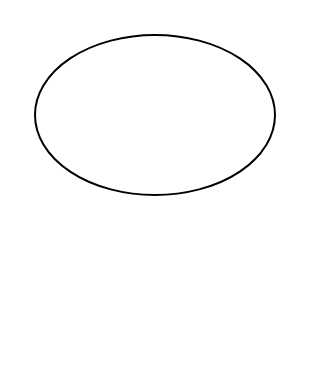
Before: DatabasesERDdiagram.drawio in tnb1604/DatabasesProject, a draw.io diagram. Source tidied: cells renumbered, new cells numbered last; positions are measured from the earlier drawing's top-left corner, leaving out a move shared by most shapes. Both pictures are drawn from the tidied source at 200%, with x=0, y=0 at pixel (34, 34).
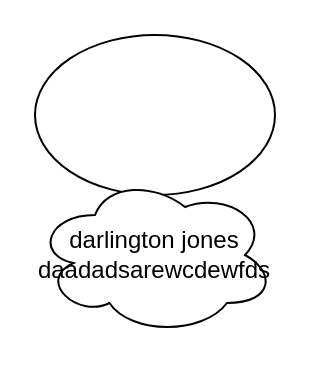
Above is the later version.

Change to the diagram source:
```diff
@@
 <mxGraphModel>
   <root>
     <mxCell id="0" />
     <mxCell id="1" parent="0" />
     <mxCell id="2" style="ellipse;whiteSpace=wrap;html=1;" parent="1" vertex="1">
       <mxGeometry width="120" height="80" as="geometry" />
     </mxCell>
+    <mxCell id="3" value="darlington jones&lt;br&gt;daadadsarewcdewfds" style="ellipse;shape=cloud;whiteSpace=wrap;html=1;" parent="1" vertex="1">
+      <mxGeometry y="70" width="120" height="80" as="geometry" />
+    </mxCell>
   </root>
 </mxGraphModel>
```
